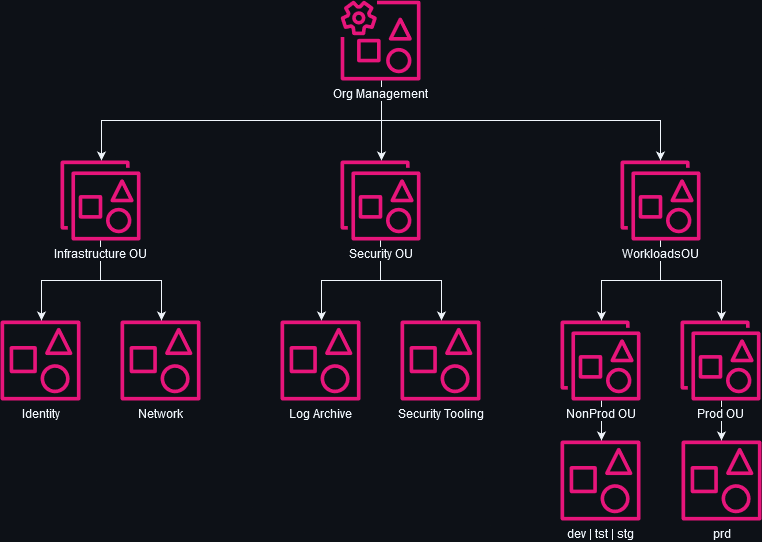
Above: drawings/org-and-account-layout.drawio.png in jeremy-banks/devops (draw.io), before the change. Source tidied: cells renumbered, new cells last; positions are measured from the earlier drawing's top-left corner, leaving out a move shared by most shapes.
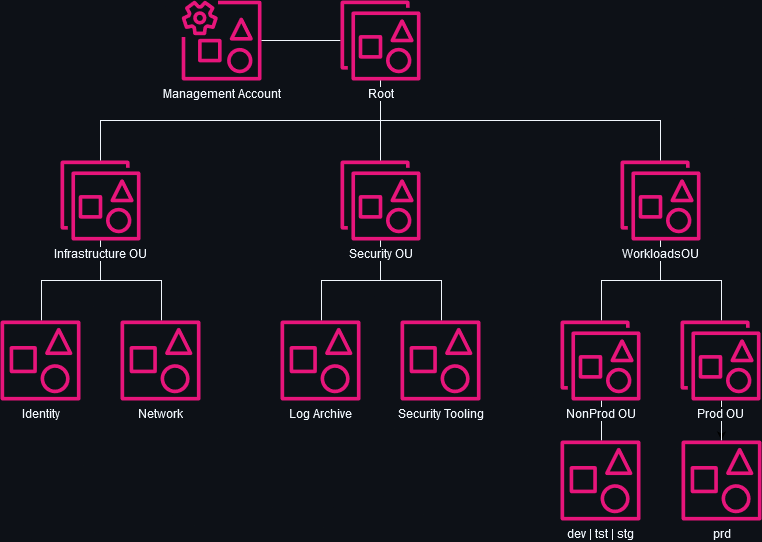
The same file after the commit.

The edit, as a diff of the source:
```diff
@@ -2,34 +2,10 @@
   <root>
     <mxCell id="0" />
     <mxCell id="1" parent="0" />
-    <mxCell id="2" style="edgeStyle=orthogonalEdgeStyle;rounded=0;jettySize=auto;html=1;labelBackgroundColor=#0D1117;fontColor=#F0F6FC;strokeColor=#F0F6FC;" parent="1" edge="1" source="5" target="11">
-      <mxGeometry relative="1" as="geometry">
-        <Array as="points">
-          <mxPoint x="381" y="100" />
-          <mxPoint x="381" y="100" />
-        </Array>
-      </mxGeometry>
-    </mxCell>
-    <mxCell id="3" style="edgeStyle=orthogonalEdgeStyle;rounded=0;jettySize=auto;html=1;labelBackgroundColor=#0D1117;fontColor=#F0F6FC;strokeColor=#F0F6FC;" parent="1" edge="1" source="5" target="18">
-      <mxGeometry relative="1" as="geometry">
-        <Array as="points">
-          <mxPoint x="381" y="120" />
-          <mxPoint x="660" y="120" />
-        </Array>
-      </mxGeometry>
-    </mxCell>
-    <mxCell id="4" style="edgeStyle=orthogonalEdgeStyle;rounded=0;jettySize=auto;html=1;labelBackgroundColor=#0D1117;fontColor=#F0F6FC;strokeColor=#F0F6FC;" parent="1" edge="1" source="5" target="8">
-      <mxGeometry relative="1" as="geometry">
-        <Array as="points">
-          <mxPoint x="381" y="120" />
-          <mxPoint x="101" y="120" />
-        </Array>
-      </mxGeometry>
-    </mxCell>
-    <mxCell id="5" value="&lt;div&gt;Org Management&lt;/div&gt;" style="sketch=0;outlineConnect=0;fontColor=#F0F6FC;gradientColor=none;fillColor=#E7157B;strokeColor=#F0F6FC;dashed=0;verticalLabelPosition=bottom;verticalAlign=top;align=center;html=1;fontSize=12;fontStyle=0;shape=mxgraph.aws4.organizations_management_account2;labelBackgroundColor=#0D1117;" parent="1" vertex="1">
-      <mxGeometry x="340" width="80" height="80" as="geometry" />
+    <mxCell id="5" value="Management Account" style="sketch=0;outlineConnect=0;fontColor=#F0F6FC;gradientColor=none;fillColor=#E7157B;strokeColor=#F0F6FC;dashed=0;verticalLabelPosition=bottom;verticalAlign=top;align=center;html=1;fontSize=12;fontStyle=0;shape=mxgraph.aws4.organizations_management_account2;labelBackgroundColor=#0D1117;" parent="1" vertex="1">
+      <mxGeometry x="181" width="80" height="80" as="geometry" />
     </mxCell>
-    <mxCell id="6" style="edgeStyle=orthogonalEdgeStyle;rounded=0;jettySize=auto;html=1;labelBackgroundColor=#0D1117;fontColor=#F0F6FC;strokeColor=#F0F6FC;" parent="1" edge="1" source="8" target="14">
+    <mxCell id="6" style="edgeStyle=orthogonalEdgeStyle;rounded=0;jettySize=auto;html=1;labelBackgroundColor=#0D1117;fontColor=#F0F6FC;strokeColor=#F0F6FC;endArrow=none;endFill=0;" parent="1" edge="1" source="8" target="14">
       <mxGeometry relative="1" as="geometry">
         <Array as="points">
           <mxPoint x="100" y="280" />
@@ -37,7 +13,7 @@
         </Array>
       </mxGeometry>
     </mxCell>
-    <mxCell id="7" style="edgeStyle=orthogonalEdgeStyle;rounded=0;jettySize=auto;html=1;labelBackgroundColor=#0D1117;fontColor=#F0F6FC;strokeColor=#F0F6FC;" parent="1" edge="1" source="8" target="15">
+    <mxCell id="7" style="edgeStyle=orthogonalEdgeStyle;rounded=0;jettySize=auto;html=1;labelBackgroundColor=#0D1117;fontColor=#F0F6FC;strokeColor=#F0F6FC;endArrow=none;endFill=0;" parent="1" edge="1" source="8" target="15">
       <mxGeometry relative="1" as="geometry">
         <Array as="points">
           <mxPoint x="100" y="280" />
@@ -48,7 +24,7 @@
     <mxCell id="8" value="Infrastructure OU" style="sketch=0;outlineConnect=0;fontColor=#F0F6FC;gradientColor=none;fillColor=#E7157B;strokeColor=#F0F6FC;dashed=0;verticalLabelPosition=bottom;verticalAlign=top;align=center;html=1;fontSize=12;fontStyle=0;shape=mxgraph.aws4.organizations_organizational_unit2;labelBackgroundColor=#0D1117;" parent="1" vertex="1">
       <mxGeometry x="60" y="160" width="80" height="80" as="geometry" />
     </mxCell>
-    <mxCell id="9" style="edgeStyle=orthogonalEdgeStyle;rounded=0;jettySize=auto;html=1;labelBackgroundColor=#0D1117;fontColor=#F0F6FC;strokeColor=#F0F6FC;" parent="1" edge="1" source="11" target="13">
+    <mxCell id="9" style="edgeStyle=orthogonalEdgeStyle;rounded=0;jettySize=auto;html=1;labelBackgroundColor=#0D1117;fontColor=#F0F6FC;strokeColor=#F0F6FC;endArrow=none;endFill=0;" parent="1" edge="1" source="11" target="13">
       <mxGeometry relative="1" as="geometry">
         <Array as="points">
           <mxPoint x="380" y="280" />
@@ -56,7 +32,7 @@
         </Array>
       </mxGeometry>
     </mxCell>
-    <mxCell id="10" style="edgeStyle=orthogonalEdgeStyle;rounded=0;jettySize=auto;html=1;labelBackgroundColor=#0D1117;fontColor=#F0F6FC;strokeColor=#F0F6FC;" parent="1" edge="1" source="11" target="12">
+    <mxCell id="10" style="edgeStyle=orthogonalEdgeStyle;rounded=0;jettySize=auto;html=1;labelBackgroundColor=#0D1117;fontColor=#F0F6FC;strokeColor=#F0F6FC;endArrow=none;endFill=0;" parent="1" edge="1" source="11" target="12">
       <mxGeometry relative="1" as="geometry">
         <Array as="points">
           <mxPoint x="380" y="280" />
@@ -79,7 +55,7 @@
     <mxCell id="15" value="&lt;div&gt;Network&lt;/div&gt;" style="sketch=0;outlineConnect=0;fontColor=#F0F6FC;gradientColor=none;fillColor=#E7157B;strokeColor=#F0F6FC;dashed=0;verticalLabelPosition=bottom;verticalAlign=top;align=center;html=1;fontSize=12;fontStyle=0;shape=mxgraph.aws4.organizations_account2;labelBackgroundColor=#0D1117;" parent="1" vertex="1">
       <mxGeometry x="120" y="320" width="80" height="80" as="geometry" />
     </mxCell>
-    <mxCell id="16" style="edgeStyle=orthogonalEdgeStyle;rounded=0;jettySize=auto;html=1;labelBackgroundColor=#0D1117;fontColor=#F0F6FC;strokeColor=#F0F6FC;" parent="1" edge="1" source="18" target="20">
+    <mxCell id="16" style="edgeStyle=orthogonalEdgeStyle;rounded=0;jettySize=auto;html=1;labelBackgroundColor=#0D1117;fontColor=#F0F6FC;strokeColor=#F0F6FC;endArrow=none;endFill=0;" parent="1" edge="1" source="18" target="20">
       <mxGeometry relative="1" as="geometry">
         <Array as="points">
           <mxPoint x="660" y="280" />
@@ -87,7 +63,7 @@
         </Array>
       </mxGeometry>
     </mxCell>
-    <mxCell id="17" style="edgeStyle=orthogonalEdgeStyle;rounded=0;jettySize=auto;html=1;labelBackgroundColor=#0D1117;fontColor=#F0F6FC;strokeColor=#F0F6FC;" parent="1" edge="1" source="18" target="23">
+    <mxCell id="17" style="edgeStyle=orthogonalEdgeStyle;rounded=0;jettySize=auto;html=1;labelBackgroundColor=#0D1117;fontColor=#F0F6FC;strokeColor=#F0F6FC;endArrow=none;endFill=0;" parent="1" edge="1" source="18" target="23">
       <mxGeometry relative="1" as="geometry">
         <Array as="points">
           <mxPoint x="660" y="280" />
@@ -98,7 +74,7 @@
     <mxCell id="18" value="&lt;div&gt;WorkloadsOU&lt;/div&gt;" style="sketch=0;outlineConnect=0;fontColor=#F0F6FC;gradientColor=none;fillColor=#E7157B;strokeColor=#F0F6FC;dashed=0;verticalLabelPosition=bottom;verticalAlign=top;align=center;html=1;fontSize=12;fontStyle=0;shape=mxgraph.aws4.organizations_organizational_unit2;labelBackgroundColor=#0D1117;" parent="1" vertex="1">
       <mxGeometry x="620" y="160" width="80" height="80" as="geometry" />
     </mxCell>
-    <mxCell id="19" style="edgeStyle=orthogonalEdgeStyle;rounded=0;jettySize=auto;html=1;labelBackgroundColor=#0D1117;fontColor=#F0F6FC;strokeColor=#F0F6FC;" parent="1" edge="1" source="20" target="24">
+    <mxCell id="19" style="edgeStyle=orthogonalEdgeStyle;rounded=0;jettySize=auto;html=1;labelBackgroundColor=#0D1117;fontColor=#F0F6FC;strokeColor=#F0F6FC;endArrow=none;endFill=0;" parent="1" edge="1" source="20" target="24">
       <mxGeometry relative="1" as="geometry">
         <Array as="points">
           <mxPoint x="601" y="420" />
@@ -112,7 +88,7 @@
     <mxCell id="21" style="edgeStyle=orthogonalEdgeStyle;rounded=0;jettySize=auto;html=1;" parent="1" edge="1" source="23" target="25">
       <mxGeometry relative="1" as="geometry" />
     </mxCell>
-    <mxCell id="22" style="edgeStyle=orthogonalEdgeStyle;rounded=0;jettySize=auto;html=1;strokeColor=#F0F6FC;" parent="1" edge="1" source="23" target="25">
+    <mxCell id="22" style="edgeStyle=orthogonalEdgeStyle;rounded=0;jettySize=auto;html=1;strokeColor=#F0F6FC;endArrow=none;endFill=0;" parent="1" edge="1" source="23" target="25">
       <mxGeometry relative="1" as="geometry">
         <Array as="points">
           <mxPoint x="721" y="410" />
@@ -129,5 +105,30 @@
     <mxCell id="25" value="prd" style="sketch=0;outlineConnect=0;fontColor=#F0F6FC;gradientColor=none;fillColor=#E7157B;strokeColor=#F0F6FC;dashed=0;verticalLabelPosition=bottom;verticalAlign=top;align=center;html=1;fontSize=12;fontStyle=0;shape=mxgraph.aws4.organizations_account2;labelBackgroundColor=#0D1117;" parent="1" vertex="1">
       <mxGeometry x="681" y="440" width="80" height="80" as="geometry" />
     </mxCell>
+    <mxCell id="26" style="edgeStyle=orthogonalEdgeStyle;rounded=0;jettySize=auto;html=1;strokeColor=#F0F6FC;endArrow=none;endFill=0;" parent="1" edge="1" source="30" target="11">
+      <mxGeometry relative="1" as="geometry" />
+    </mxCell>
+    <mxCell id="27" style="edgeStyle=orthogonalEdgeStyle;rounded=0;jettySize=auto;html=1;strokeColor=#F0F6FC;endArrow=none;endFill=0;" parent="1" edge="1" source="30" target="8">
+      <mxGeometry relative="1" as="geometry">
+        <Array as="points">
+          <mxPoint x="380" y="120" />
+          <mxPoint x="100" y="120" />
+        </Array>
+      </mxGeometry>
+    </mxCell>
+    <mxCell id="28" style="edgeStyle=orthogonalEdgeStyle;rounded=0;jettySize=auto;html=1;strokeColor=#F0F6FC;endArrow=none;endFill=0;" parent="1" edge="1" source="30" target="18">
+      <mxGeometry relative="1" as="geometry">
+        <Array as="points">
+          <mxPoint x="380" y="120" />
+          <mxPoint x="660" y="120" />
+        </Array>
+      </mxGeometry>
+    </mxCell>
+    <mxCell id="29" style="edgeStyle=orthogonalEdgeStyle;rounded=0;jettySize=auto;html=1;strokeColor=#F0F6FC;endArrow=none;endFill=0;" parent="1" edge="1" source="30" target="5">
+      <mxGeometry relative="1" as="geometry" />
+    </mxCell>
+    <mxCell id="30" value="Root" style="sketch=0;outlineConnect=0;fontColor=#F0F6FC;gradientColor=none;fillColor=#E7157B;strokeColor=#F0F6FC;dashed=0;verticalLabelPosition=bottom;verticalAlign=top;align=center;html=1;fontSize=12;fontStyle=0;shape=mxgraph.aws4.organizations_organizational_unit2;labelBackgroundColor=#0D1117;" parent="1" vertex="1">
+      <mxGeometry x="340" width="80" height="80" as="geometry" />
+    </mxCell>
   </root>
 </mxGraphModel>
```
